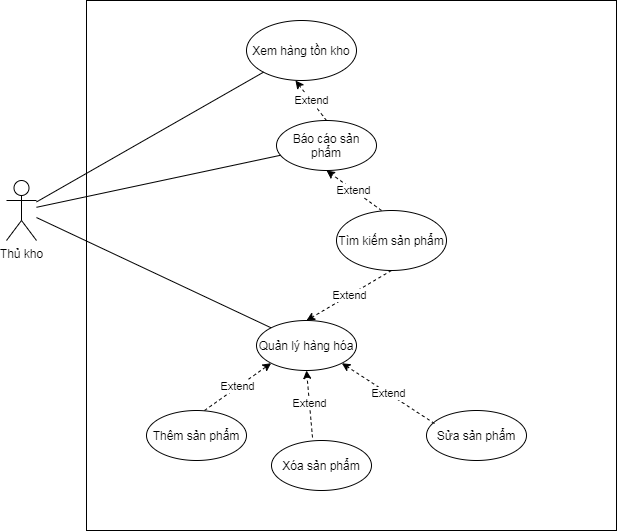
TccKaiCi/PTTK_CuaHangGiay keeps this draw.io diagram as Diagram/UseCase/QL_HangHoa.png. Above is the earlier version. Source tidied: cells renumbered, new cells last; positions are measured from the earlier drawing's top-left corner, leaving out a move shared by most shapes.
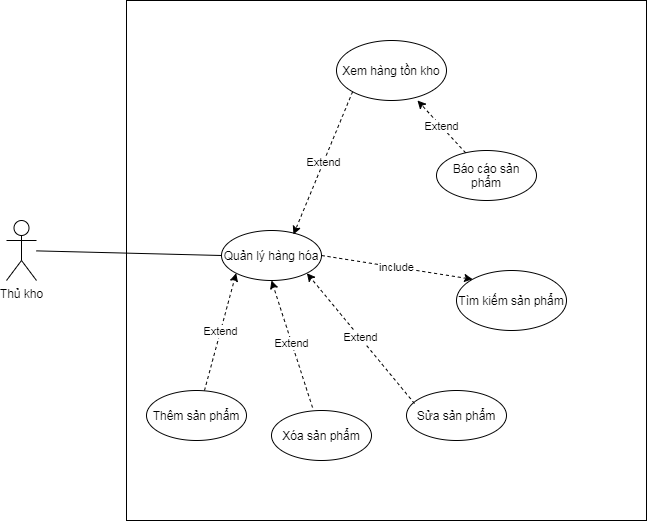
After the change.

Diff of the diagram source:
```diff
@@ -6,47 +6,35 @@
       <mxGeometry y="180" width="30" height="60" as="geometry" />
     </mxCell>
     <mxCell id="3" style="whiteSpace=wrap;html=1;fillColor=none;" parent="1" vertex="1">
-      <mxGeometry x="80" width="530" height="530" as="geometry" />
+      <mxGeometry x="120" y="-40" width="520" height="520" as="geometry" />
     </mxCell>
     <mxCell id="4" value="Xem hàng tồn kho" style="ellipse;whiteSpace=wrap;html=1;fillColor=none;" parent="1" vertex="1">
-      <mxGeometry x="240" y="20" width="110" height="60" as="geometry" />
+      <mxGeometry x="330" width="110" height="60" as="geometry" />
     </mxCell>
     <mxCell id="5" value="Quản lý hàng hóa" style="ellipse;whiteSpace=wrap;html=1;fillColor=none;" parent="1" vertex="1">
-      <mxGeometry x="250" y="320" width="100" height="50" as="geometry" />
+      <mxGeometry x="215" y="190" width="100" height="50" as="geometry" />
     </mxCell>
     <mxCell id="6" value="Báo cáo sản phẩm" style="ellipse;whiteSpace=wrap;html=1;fillColor=none;" parent="1" vertex="1">
-      <mxGeometry x="270" y="120" width="100" height="50" as="geometry" />
+      <mxGeometry x="430" y="110" width="100" height="50" as="geometry" />
     </mxCell>
-    <mxCell id="7" value="Extend" style="endArrow=classic;html=1;dashed=1;entryX=0.5;entryY=0;entryDx=0;entryDy=0;exitX=0.5;exitY=1;exitDx=0;exitDy=0;" parent="1" edge="1" source="8" target="5">
-      <mxGeometry relative="1" as="geometry" />
-    </mxCell>
     <mxCell id="8" value="Tìm kiếm sản phẩm" style="ellipse;whiteSpace=wrap;html=1;fillColor=none;" parent="1" vertex="1">
-      <mxGeometry x="330" y="210" width="110" height="60" as="geometry" />
+      <mxGeometry x="450" y="230" width="110" height="60" as="geometry" />
     </mxCell>
-    <mxCell id="9" style="endArrow=none;html=1;" parent="1" edge="1" source="2" target="4">
-      <mxGeometry relative="1" as="geometry" />
-    </mxCell>
-    <mxCell id="10" style="endArrow=none;html=1;" parent="1" edge="1" source="2" target="6">
-      <mxGeometry relative="1" as="geometry" />
-    </mxCell>
-    <mxCell id="11" style="endArrow=none;html=1;entryX=0;entryY=0;entryDx=0;entryDy=0;" parent="1" edge="1" source="2" target="5">
+    <mxCell id="11" style="endArrow=none;html=1;entryX=0;entryY=0.5;entryDx=0;entryDy=0;" parent="1" edge="1" source="2" target="5">
       <mxGeometry relative="1" as="geometry" />
     </mxCell>
-    <mxCell id="12" value="Extend" style="endArrow=classic;html=1;dashed=1;entryX=0.445;entryY=1;entryDx=0;entryDy=0;entryPerimeter=0;exitX=0.5;exitY=0;exitDx=0;exitDy=0;" parent="1" edge="1" source="6" target="4">
+    <mxCell id="12" value="Extend" style="endArrow=classic;html=1;dashed=1;entryX=0.736;entryY=1;entryDx=0;entryDy=0;entryPerimeter=0;" parent="1" edge="1" source="6" target="4">
       <mxGeometry relative="1" as="geometry" />
     </mxCell>
     <mxCell id="13" value="Thêm sản phẩm" style="ellipse;whiteSpace=wrap;html=1;fillColor=none;" parent="1" vertex="1">
-      <mxGeometry x="140" y="410" width="100" height="50" as="geometry" />
+      <mxGeometry x="140" y="350" width="100" height="50" as="geometry" />
     </mxCell>
     <mxCell id="14" value="Xóa sản phẩm" style="ellipse;whiteSpace=wrap;html=1;fillColor=none;" parent="1" vertex="1">
-      <mxGeometry x="265" y="440" width="100" height="50" as="geometry" />
+      <mxGeometry x="265" y="370" width="100" height="50" as="geometry" />
     </mxCell>
     <mxCell id="15" value="Sửa sản phẩm" style="ellipse;whiteSpace=wrap;html=1;fillColor=none;" parent="1" vertex="1">
-      <mxGeometry x="420" y="410" width="100" height="50" as="geometry" />
+      <mxGeometry x="400" y="350" width="100" height="50" as="geometry" />
     </mxCell>
-    <mxCell id="16" value="Extend" style="endArrow=classic;html=1;dashed=1;exitX=0.409;exitY=0;exitDx=0;exitDy=0;exitPerimeter=0;entryX=0.5;entryY=1;entryDx=0;entryDy=0;" parent="1" edge="1" source="8" target="6">
-      <mxGeometry relative="1" as="geometry" />
-    </mxCell>
     <mxCell id="17" value="Extend" style="endArrow=classic;html=1;dashed=1;entryX=0;entryY=1;entryDx=0;entryDy=0;exitX=0.58;exitY=0;exitDx=0;exitDy=0;exitPerimeter=0;" parent="1" edge="1" source="13" target="5">
       <mxGeometry relative="1" as="geometry" />
     </mxCell>
@@ -56,5 +44,11 @@
     <mxCell id="19" value="Extend" style="endArrow=classic;html=1;dashed=1;entryX=1;entryY=1;entryDx=0;entryDy=0;exitX=0.08;exitY=0.26;exitDx=0;exitDy=0;exitPerimeter=0;" parent="1" edge="1" source="15" target="5">
       <mxGeometry relative="1" as="geometry" />
     </mxCell>
+    <mxCell id="20" value="Extend" style="endArrow=classic;html=1;dashed=1;entryX=0.72;entryY=0.08;entryDx=0;entryDy=0;entryPerimeter=0;exitX=0;exitY=1;exitDx=0;exitDy=0;" parent="1" edge="1" source="4" target="5">
+      <mxGeometry relative="1" as="geometry" />
+    </mxCell>
+    <mxCell id="21" value="include" style="endArrow=classic;html=1;dashed=1;entryX=0;entryY=0;entryDx=0;entryDy=0;exitX=1;exitY=0.5;exitDx=0;exitDy=0;" parent="1" edge="1" source="5" target="8">
+      <mxGeometry relative="1" as="geometry" />
+    </mxCell>
   </root>
 </mxGraphModel>
```
